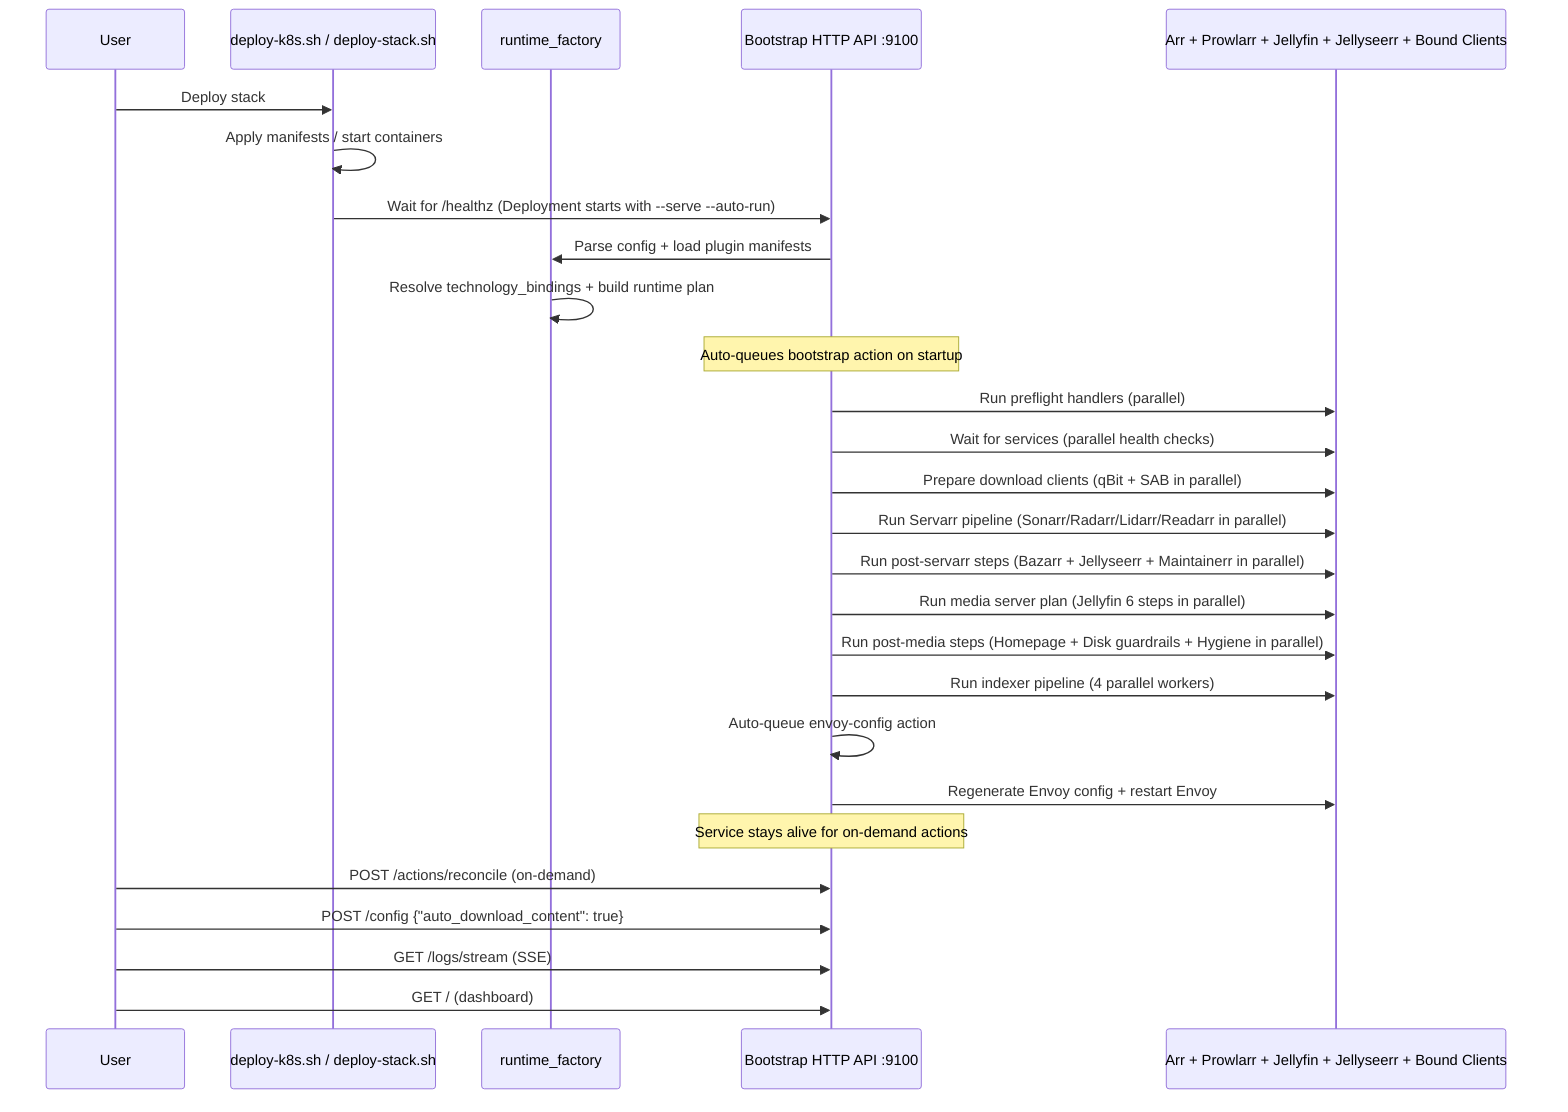
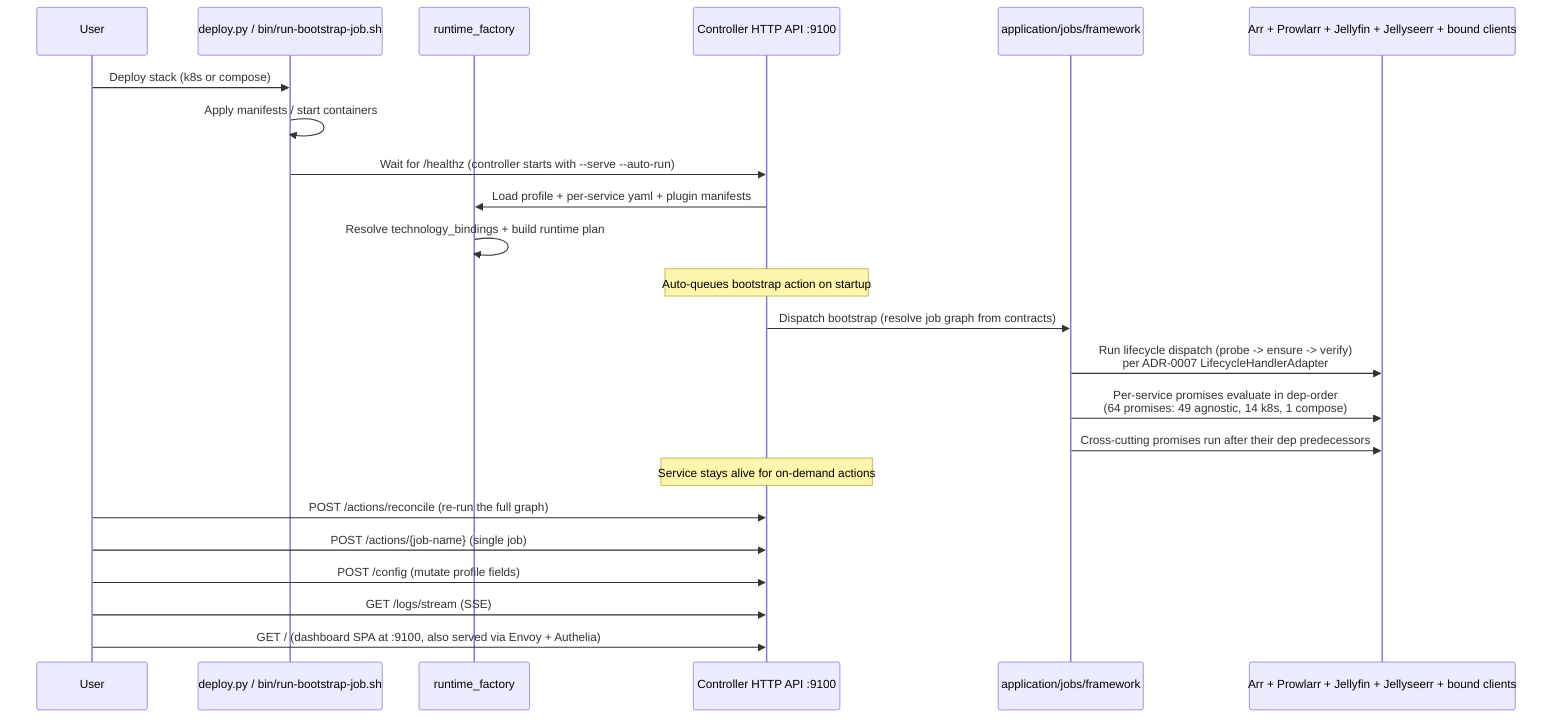
sequenceDiagram
  participant User
-   participant Script as deploy-k8s.sh / deploy-stack.sh
+   participant Deploy as deploy.py / bin/run-bootstrap-job.sh
  participant Factory as runtime_factory
-   participant API as Bootstrap HTTP API :9100
-   participant Apps as Arr + Prowlarr + Jellyfin + Jellyseerr + Bound Clients
+   participant API as Controller HTTP API :9100
+   participant Jobs as application/jobs/framework
+   participant Apps as Arr + Prowlarr + Jellyfin + Jellyseerr + bound clients

-   User->>Script: Deploy stack
-   Script->>Script: Apply manifests / start containers
-   Script->>API: Wait for /healthz (Deployment starts with --serve --auto-run)
-   API->>Factory: Parse config + load plugin manifests
+   User->>Deploy: Deploy stack (k8s or compose)
+   Deploy->>Deploy: Apply manifests / start containers
+   Deploy->>API: Wait for /healthz (controller starts with --serve --auto-run)
+   API->>Factory: Load profile + per-service yaml + plugin manifests
  Factory->>Factory: Resolve technology_bindings + build runtime plan

  Note over API: Auto-queues bootstrap action on startup

-   API->>Apps: Run preflight handlers (parallel)
-   API->>Apps: Wait for services (parallel health checks)
-   API->>Apps: Prepare download clients (qBit + SAB in parallel)
-   API->>Apps: Run Servarr pipeline (Sonarr/Radarr/Lidarr/Readarr in parallel)
-   API->>Apps: Run post-servarr steps (Bazarr + Jellyseerr + Maintainerr in parallel)
-   API->>Apps: Run media server plan (Jellyfin 6 steps in parallel)
-   API->>Apps: Run post-media steps (Homepage + Disk guardrails + Hygiene in parallel)
-   API->>Apps: Run indexer pipeline (4 parallel workers)
-   API->>API: Auto-queue envoy-config action
-   API->>Apps: Regenerate Envoy config + restart Envoy
+   API->>Jobs: Dispatch bootstrap (resolve job graph from contracts)
+   Jobs->>Apps: Run lifecycle dispatch (probe -> ensure -> verify)<br/>per ADR-0007 LifecycleHandlerAdapter
+   Jobs->>Apps: Per-service promises evaluate in dep-order<br/>(64 promises: 49 agnostic, 14 k8s, 1 compose)
+   Jobs->>Apps: Cross-cutting promises run after their dep predecessors

  Note over API: Service stays alive for on-demand actions

-   User->>API: POST /actions/reconcile (on-demand)
-   User->>API: POST /config {"auto_download_content": true}
+   User->>API: POST /actions/reconcile (re-run the full graph)
+   User->>API: POST /actions/{job-name} (single job)
+   User->>API: POST /config (mutate profile fields)
  User->>API: GET /logs/stream (SSE)
-   User->>API: GET / (dashboard)
+   User->>API: GET / (dashboard SPA at :9100, also served via Envoy + Authelia)
